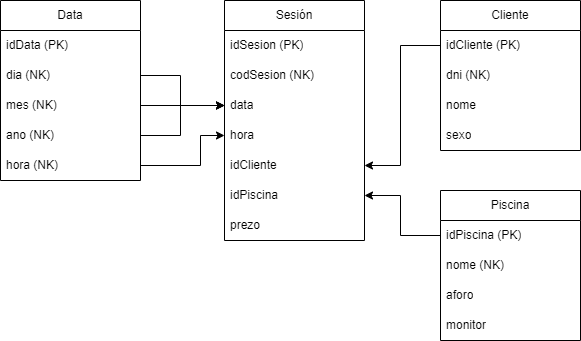
Earlier version of the draw.io export BasesDatos/datamart.png (ikergcalvino/ETL). Source tidied: cells renumbered, new cells last; positions are measured from the earlier drawing's top-left corner, leaving out a move shared by most shapes. Source of this version:
```xml
<mxGraphModel>
  <root>
    <mxCell id="0" />
    <mxCell id="1" parent="0" />
    <mxCell id="2" value="Sesión" style="swimlane;fontStyle=0;horizontal=1;startSize=30;whiteSpace=wrap;html=1;" parent="1" vertex="1">
      <mxGeometry x="224" width="140" height="240" as="geometry" />
    </mxCell>
    <mxCell id="3" value="idSesion (PK)" style="text;strokeColor=none;fillColor=none;align=left;verticalAlign=middle;spacingLeft=4;spacingRight=4;overflow=hidden;whiteSpace=wrap;html=1;" parent="2" vertex="1">
      <mxGeometry y="30" width="140" height="30" as="geometry" />
    </mxCell>
    <mxCell id="4" value="codSesion (NK)" style="text;strokeColor=none;fillColor=none;align=left;verticalAlign=middle;spacingLeft=4;spacingRight=4;overflow=hidden;whiteSpace=wrap;html=1;" parent="2" vertex="1">
      <mxGeometry y="60" width="140" height="30" as="geometry" />
    </mxCell>
    <mxCell id="5" value="data" style="text;strokeColor=none;fillColor=none;align=left;verticalAlign=middle;spacingLeft=4;spacingRight=4;overflow=hidden;points=[[0,0.5],[1,0.5]];portConstraint=eastwest;whiteSpace=wrap;html=1;" parent="2" vertex="1">
      <mxGeometry y="90" width="140" height="30" as="geometry" />
    </mxCell>
    <mxCell id="6" value="hora" style="text;strokeColor=none;fillColor=none;align=left;verticalAlign=middle;spacingLeft=4;spacingRight=4;overflow=hidden;points=[[0,0.5],[1,0.5]];portConstraint=eastwest;whiteSpace=wrap;html=1;" parent="2" vertex="1">
      <mxGeometry y="120" width="140" height="30" as="geometry" />
    </mxCell>
    <mxCell id="7" value="idCliente" style="text;strokeColor=none;fillColor=none;align=left;verticalAlign=middle;spacingLeft=4;spacingRight=4;overflow=hidden;points=[[0,0.5],[1,0.5]];portConstraint=eastwest;whiteSpace=wrap;html=1;" parent="2" vertex="1">
      <mxGeometry y="150" width="140" height="30" as="geometry" />
    </mxCell>
    <mxCell id="8" value="idPiscina" style="text;strokeColor=none;fillColor=none;align=left;verticalAlign=middle;spacingLeft=4;spacingRight=4;overflow=hidden;points=[[0,0.5],[1,0.5]];portConstraint=eastwest;whiteSpace=wrap;html=1;" parent="2" vertex="1">
      <mxGeometry y="180" width="140" height="30" as="geometry" />
    </mxCell>
    <mxCell id="9" value="prezo" style="text;strokeColor=none;fillColor=none;align=left;verticalAlign=middle;spacingLeft=4;spacingRight=4;overflow=hidden;whiteSpace=wrap;html=1;" parent="2" vertex="1">
      <mxGeometry y="210" width="140" height="30" as="geometry" />
    </mxCell>
    <mxCell id="10" value="Cliente" style="swimlane;fontStyle=0;horizontal=1;startSize=30;whiteSpace=wrap;html=1;" parent="1" vertex="1">
      <mxGeometry x="440" width="140" height="150" as="geometry" />
    </mxCell>
    <mxCell id="11" value="idCliente&amp;nbsp;(PK)" style="text;strokeColor=none;fillColor=none;align=left;verticalAlign=middle;spacingLeft=4;spacingRight=4;overflow=hidden;points=[[0,0.5],[1,0.5]];portConstraint=eastwest;whiteSpace=wrap;html=1;" parent="10" vertex="1">
      <mxGeometry y="30" width="140" height="30" as="geometry" />
    </mxCell>
    <mxCell id="12" value="dni (NK)" style="text;strokeColor=none;fillColor=none;align=left;verticalAlign=middle;spacingLeft=4;spacingRight=4;overflow=hidden;whiteSpace=wrap;html=1;" parent="10" vertex="1">
      <mxGeometry y="60" width="140" height="30" as="geometry" />
    </mxCell>
    <mxCell id="13" value="nome" style="text;strokeColor=none;fillColor=none;align=left;verticalAlign=middle;spacingLeft=4;spacingRight=4;overflow=hidden;whiteSpace=wrap;html=1;" parent="10" vertex="1">
      <mxGeometry y="90" width="140" height="30" as="geometry" />
    </mxCell>
    <mxCell id="14" value="sexo" style="text;strokeColor=none;fillColor=none;align=left;verticalAlign=middle;spacingLeft=4;spacingRight=4;overflow=hidden;whiteSpace=wrap;html=1;" parent="10" vertex="1">
      <mxGeometry y="120" width="140" height="30" as="geometry" />
    </mxCell>
    <mxCell id="15" value="Piscina" style="swimlane;fontStyle=0;horizontal=1;startSize=30;whiteSpace=wrap;html=1;" parent="1" vertex="1">
      <mxGeometry x="440" y="190" width="140" height="150" as="geometry" />
    </mxCell>
    <mxCell id="16" value="idPiscina&amp;nbsp;(PK)" style="text;strokeColor=none;fillColor=none;align=left;verticalAlign=middle;spacingLeft=4;spacingRight=4;overflow=hidden;points=[[0,0.5],[1,0.5]];portConstraint=eastwest;whiteSpace=wrap;html=1;" parent="15" vertex="1">
      <mxGeometry y="30" width="140" height="30" as="geometry" />
    </mxCell>
    <mxCell id="17" value="nome (NK)" style="text;strokeColor=none;fillColor=none;align=left;verticalAlign=middle;spacingLeft=4;spacingRight=4;overflow=hidden;whiteSpace=wrap;html=1;" parent="15" vertex="1">
      <mxGeometry y="60" width="140" height="30" as="geometry" />
    </mxCell>
    <mxCell id="18" value="aforo" style="text;strokeColor=none;fillColor=none;align=left;verticalAlign=middle;spacingLeft=4;spacingRight=4;overflow=hidden;whiteSpace=wrap;html=1;" parent="15" vertex="1">
      <mxGeometry y="90" width="140" height="30" as="geometry" />
    </mxCell>
    <mxCell id="19" value="monitor" style="text;strokeColor=none;fillColor=none;align=left;verticalAlign=middle;spacingLeft=4;spacingRight=4;overflow=hidden;whiteSpace=wrap;html=1;" parent="15" vertex="1">
      <mxGeometry y="120" width="140" height="30" as="geometry" />
    </mxCell>
    <mxCell id="20" value="Data" style="swimlane;fontStyle=0;horizontal=1;startSize=30;whiteSpace=wrap;html=1;" parent="1" vertex="1">
      <mxGeometry width="140" height="180" as="geometry" />
    </mxCell>
    <mxCell id="21" value="idData&amp;nbsp;(PK)" style="text;strokeColor=none;fillColor=none;align=left;verticalAlign=middle;spacingLeft=4;spacingRight=4;overflow=hidden;whiteSpace=wrap;html=1;" parent="20" vertex="1">
      <mxGeometry y="30" width="140" height="30" as="geometry" />
    </mxCell>
    <mxCell id="22" value="dia (NK)" style="text;strokeColor=none;fillColor=none;align=left;verticalAlign=middle;spacingLeft=4;spacingRight=4;overflow=hidden;points=[[0,0.5],[1,0.5]];portConstraint=eastwest;whiteSpace=wrap;html=1;" parent="20" vertex="1">
      <mxGeometry y="60" width="140" height="30" as="geometry" />
    </mxCell>
    <mxCell id="23" value="mes&amp;nbsp;(NK)" style="text;strokeColor=none;fillColor=none;align=left;verticalAlign=middle;spacingLeft=4;spacingRight=4;overflow=hidden;points=[[0,0.5],[1,0.5]];portConstraint=eastwest;whiteSpace=wrap;html=1;" parent="20" vertex="1">
      <mxGeometry y="90" width="140" height="30" as="geometry" />
    </mxCell>
    <mxCell id="24" value="ano&amp;nbsp;(NK)" style="text;strokeColor=none;fillColor=none;align=left;verticalAlign=middle;spacingLeft=4;spacingRight=4;overflow=hidden;points=[[0,0.5],[1,0.5]];portConstraint=eastwest;whiteSpace=wrap;html=1;" parent="20" vertex="1">
      <mxGeometry y="120" width="140" height="30" as="geometry" />
    </mxCell>
    <mxCell id="25" value="hora&amp;nbsp;(NK)" style="text;strokeColor=none;fillColor=none;align=left;verticalAlign=middle;spacingLeft=4;spacingRight=4;overflow=hidden;points=[[0,0.5],[1,0.5]];portConstraint=eastwest;whiteSpace=wrap;html=1;" parent="20" vertex="1">
      <mxGeometry y="150" width="140" height="30" as="geometry" />
    </mxCell>
    <mxCell id="26" style="edgeStyle=orthogonalEdgeStyle;rounded=0;jettySize=auto;html=1;exitX=1;exitY=0.5;exitDx=0;exitDy=0;entryX=0;entryY=0.5;entryDx=0;entryDy=0;" parent="1" edge="1" source="22" target="5">
      <mxGeometry relative="1" as="geometry">
        <Array as="points">
          <mxPoint x="180" y="75" />
          <mxPoint x="180" y="105" />
        </Array>
      </mxGeometry>
    </mxCell>
    <mxCell id="27" style="edgeStyle=orthogonalEdgeStyle;rounded=0;jettySize=auto;html=1;exitX=1;exitY=0.5;exitDx=0;exitDy=0;entryX=0;entryY=0.5;entryDx=0;entryDy=0;" parent="1" edge="1" source="23" target="5">
      <mxGeometry relative="1" as="geometry" />
    </mxCell>
    <mxCell id="28" style="edgeStyle=orthogonalEdgeStyle;rounded=0;jettySize=auto;html=1;exitX=1;exitY=0.5;exitDx=0;exitDy=0;entryX=0;entryY=0.5;entryDx=0;entryDy=0;" parent="1" edge="1" source="24" target="5">
      <mxGeometry relative="1" as="geometry">
        <Array as="points">
          <mxPoint x="180" y="135" />
          <mxPoint x="180" y="105" />
        </Array>
      </mxGeometry>
    </mxCell>
    <mxCell id="29" style="edgeStyle=orthogonalEdgeStyle;rounded=0;jettySize=auto;html=1;exitX=1;exitY=0.5;exitDx=0;exitDy=0;entryX=0;entryY=0.5;entryDx=0;entryDy=0;" parent="1" edge="1" source="25" target="6">
      <mxGeometry relative="1" as="geometry">
        <Array as="points">
          <mxPoint x="200" y="165" />
          <mxPoint x="200" y="135" />
        </Array>
      </mxGeometry>
    </mxCell>
    <mxCell id="30" style="edgeStyle=orthogonalEdgeStyle;rounded=0;jettySize=auto;html=1;exitX=0;exitY=0.5;exitDx=0;exitDy=0;entryX=1;entryY=0.5;entryDx=0;entryDy=0;" parent="1" edge="1" source="16" target="8">
      <mxGeometry relative="1" as="geometry">
        <Array as="points">
          <mxPoint x="400" y="235" />
          <mxPoint x="400" y="195" />
        </Array>
      </mxGeometry>
    </mxCell>
    <mxCell id="31" style="edgeStyle=orthogonalEdgeStyle;rounded=0;jettySize=auto;html=1;exitX=0;exitY=0.5;exitDx=0;exitDy=0;entryX=1;entryY=0.5;entryDx=0;entryDy=0;" parent="1" edge="1" source="11" target="7">
      <mxGeometry relative="1" as="geometry">
        <Array as="points">
          <mxPoint x="400" y="45" />
          <mxPoint x="400" y="165" />
        </Array>
      </mxGeometry>
    </mxCell>
  </root>
</mxGraphModel>
```
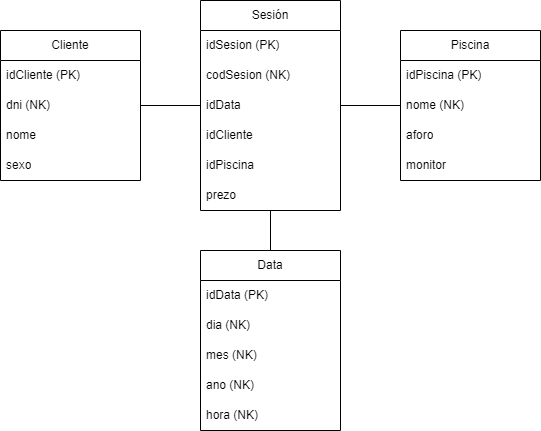
The same diagram one commit later.

Diff of the diagram source:
```diff
@@ -3,7 +3,7 @@
     <mxCell id="0" />
     <mxCell id="1" parent="0" />
     <mxCell id="2" value="Sesión" style="swimlane;fontStyle=0;horizontal=1;startSize=30;whiteSpace=wrap;html=1;" parent="1" vertex="1">
-      <mxGeometry x="224" width="140" height="240" as="geometry" />
+      <mxGeometry x="180" width="140" height="210" as="geometry" />
     </mxCell>
     <mxCell id="3" value="idSesion (PK)" style="text;strokeColor=none;fillColor=none;align=left;verticalAlign=middle;spacingLeft=4;spacingRight=4;overflow=hidden;whiteSpace=wrap;html=1;" parent="2" vertex="1">
       <mxGeometry y="30" width="140" height="30" as="geometry" />
@@ -11,23 +11,20 @@
     <mxCell id="4" value="codSesion (NK)" style="text;strokeColor=none;fillColor=none;align=left;verticalAlign=middle;spacingLeft=4;spacingRight=4;overflow=hidden;whiteSpace=wrap;html=1;" parent="2" vertex="1">
       <mxGeometry y="60" width="140" height="30" as="geometry" />
     </mxCell>
-    <mxCell id="5" value="data" style="text;strokeColor=none;fillColor=none;align=left;verticalAlign=middle;spacingLeft=4;spacingRight=4;overflow=hidden;points=[[0,0.5],[1,0.5]];portConstraint=eastwest;whiteSpace=wrap;html=1;" parent="2" vertex="1">
+    <mxCell id="5" value="idData&amp;nbsp;" style="text;strokeColor=none;fillColor=none;align=left;verticalAlign=middle;spacingLeft=4;spacingRight=4;overflow=hidden;points=[[0,0.5],[1,0.5]];portConstraint=eastwest;whiteSpace=wrap;html=1;" parent="2" vertex="1">
       <mxGeometry y="90" width="140" height="30" as="geometry" />
     </mxCell>
-    <mxCell id="6" value="hora" style="text;strokeColor=none;fillColor=none;align=left;verticalAlign=middle;spacingLeft=4;spacingRight=4;overflow=hidden;points=[[0,0.5],[1,0.5]];portConstraint=eastwest;whiteSpace=wrap;html=1;" parent="2" vertex="1">
-      <mxGeometry y="120" width="140" height="30" as="geometry" />
-    </mxCell>
     <mxCell id="7" value="idCliente" style="text;strokeColor=none;fillColor=none;align=left;verticalAlign=middle;spacingLeft=4;spacingRight=4;overflow=hidden;points=[[0,0.5],[1,0.5]];portConstraint=eastwest;whiteSpace=wrap;html=1;" parent="2" vertex="1">
-      <mxGeometry y="150" width="140" height="30" as="geometry" />
+      <mxGeometry y="120" width="140" height="30" as="geometry" />
     </mxCell>
     <mxCell id="8" value="idPiscina" style="text;strokeColor=none;fillColor=none;align=left;verticalAlign=middle;spacingLeft=4;spacingRight=4;overflow=hidden;points=[[0,0.5],[1,0.5]];portConstraint=eastwest;whiteSpace=wrap;html=1;" parent="2" vertex="1">
-      <mxGeometry y="180" width="140" height="30" as="geometry" />
+      <mxGeometry y="150" width="140" height="30" as="geometry" />
     </mxCell>
     <mxCell id="9" value="prezo" style="text;strokeColor=none;fillColor=none;align=left;verticalAlign=middle;spacingLeft=4;spacingRight=4;overflow=hidden;whiteSpace=wrap;html=1;" parent="2" vertex="1">
-      <mxGeometry y="210" width="140" height="30" as="geometry" />
+      <mxGeometry y="180" width="140" height="30" as="geometry" />
     </mxCell>
     <mxCell id="10" value="Cliente" style="swimlane;fontStyle=0;horizontal=1;startSize=30;whiteSpace=wrap;html=1;" parent="1" vertex="1">
-      <mxGeometry x="440" width="140" height="150" as="geometry" />
+      <mxGeometry x="-20" y="30" width="140" height="150" as="geometry" />
     </mxCell>
     <mxCell id="11" value="idCliente&amp;nbsp;(PK)" style="text;strokeColor=none;fillColor=none;align=left;verticalAlign=middle;spacingLeft=4;spacingRight=4;overflow=hidden;points=[[0,0.5],[1,0.5]];portConstraint=eastwest;whiteSpace=wrap;html=1;" parent="10" vertex="1">
       <mxGeometry y="30" width="140" height="30" as="geometry" />
@@ -42,7 +39,7 @@
       <mxGeometry y="120" width="140" height="30" as="geometry" />
     </mxCell>
     <mxCell id="15" value="Piscina" style="swimlane;fontStyle=0;horizontal=1;startSize=30;whiteSpace=wrap;html=1;" parent="1" vertex="1">
-      <mxGeometry x="440" y="190" width="140" height="150" as="geometry" />
+      <mxGeometry x="380" y="30" width="140" height="150" as="geometry" />
     </mxCell>
     <mxCell id="16" value="idPiscina&amp;nbsp;(PK)" style="text;strokeColor=none;fillColor=none;align=left;verticalAlign=middle;spacingLeft=4;spacingRight=4;overflow=hidden;points=[[0,0.5],[1,0.5]];portConstraint=eastwest;whiteSpace=wrap;html=1;" parent="15" vertex="1">
       <mxGeometry y="30" width="140" height="30" as="geometry" />
@@ -57,7 +54,7 @@
       <mxGeometry y="120" width="140" height="30" as="geometry" />
     </mxCell>
     <mxCell id="20" value="Data" style="swimlane;fontStyle=0;horizontal=1;startSize=30;whiteSpace=wrap;html=1;" parent="1" vertex="1">
-      <mxGeometry width="140" height="180" as="geometry" />
+      <mxGeometry x="180" y="250" width="140" height="180" as="geometry" />
     </mxCell>
     <mxCell id="21" value="idData&amp;nbsp;(PK)" style="text;strokeColor=none;fillColor=none;align=left;verticalAlign=middle;spacingLeft=4;spacingRight=4;overflow=hidden;whiteSpace=wrap;html=1;" parent="20" vertex="1">
       <mxGeometry y="30" width="140" height="30" as="geometry" />
@@ -74,48 +71,14 @@
     <mxCell id="25" value="hora&amp;nbsp;(NK)" style="text;strokeColor=none;fillColor=none;align=left;verticalAlign=middle;spacingLeft=4;spacingRight=4;overflow=hidden;points=[[0,0.5],[1,0.5]];portConstraint=eastwest;whiteSpace=wrap;html=1;" parent="20" vertex="1">
       <mxGeometry y="150" width="140" height="30" as="geometry" />
     </mxCell>
-    <mxCell id="26" style="edgeStyle=orthogonalEdgeStyle;rounded=0;jettySize=auto;html=1;exitX=1;exitY=0.5;exitDx=0;exitDy=0;entryX=0;entryY=0.5;entryDx=0;entryDy=0;" parent="1" edge="1" source="22" target="5">
-      <mxGeometry relative="1" as="geometry">
-        <Array as="points">
-          <mxPoint x="180" y="75" />
-          <mxPoint x="180" y="105" />
-        </Array>
-      </mxGeometry>
-    </mxCell>
-    <mxCell id="27" style="edgeStyle=orthogonalEdgeStyle;rounded=0;jettySize=auto;html=1;exitX=1;exitY=0.5;exitDx=0;exitDy=0;entryX=0;entryY=0.5;entryDx=0;entryDy=0;" parent="1" edge="1" source="23" target="5">
-      <mxGeometry relative="1" as="geometry" />
-    </mxCell>
-    <mxCell id="28" style="edgeStyle=orthogonalEdgeStyle;rounded=0;jettySize=auto;html=1;exitX=1;exitY=0.5;exitDx=0;exitDy=0;entryX=0;entryY=0.5;entryDx=0;entryDy=0;" parent="1" edge="1" source="24" target="5">
-      <mxGeometry relative="1" as="geometry">
-        <Array as="points">
-          <mxPoint x="180" y="135" />
-          <mxPoint x="180" y="105" />
-        </Array>
-      </mxGeometry>
-    </mxCell>
-    <mxCell id="29" style="edgeStyle=orthogonalEdgeStyle;rounded=0;jettySize=auto;html=1;exitX=1;exitY=0.5;exitDx=0;exitDy=0;entryX=0;entryY=0.5;entryDx=0;entryDy=0;" parent="1" edge="1" source="25" target="6">
-      <mxGeometry relative="1" as="geometry">
-        <Array as="points">
-          <mxPoint x="200" y="165" />
-          <mxPoint x="200" y="135" />
-        </Array>
-      </mxGeometry>
-    </mxCell>
-    <mxCell id="30" style="edgeStyle=orthogonalEdgeStyle;rounded=0;jettySize=auto;html=1;exitX=0;exitY=0.5;exitDx=0;exitDy=0;entryX=1;entryY=0.5;entryDx=0;entryDy=0;" parent="1" edge="1" source="16" target="8">
-      <mxGeometry relative="1" as="geometry">
-        <Array as="points">
-          <mxPoint x="400" y="235" />
-          <mxPoint x="400" y="195" />
-        </Array>
-      </mxGeometry>
-    </mxCell>
-    <mxCell id="31" style="edgeStyle=orthogonalEdgeStyle;rounded=0;jettySize=auto;html=1;exitX=0;exitY=0.5;exitDx=0;exitDy=0;entryX=1;entryY=0.5;entryDx=0;entryDy=0;" parent="1" edge="1" source="11" target="7">
-      <mxGeometry relative="1" as="geometry">
-        <Array as="points">
-          <mxPoint x="400" y="45" />
-          <mxPoint x="400" y="165" />
-        </Array>
-      </mxGeometry>
-    </mxCell>
+    <mxCell id="32" style="endArrow=none;html=1;rounded=0;" parent="1" edge="1" source="10" target="2">
+      <mxGeometry relative="1" as="geometry" />
+    </mxCell>
+    <mxCell id="33" style="endArrow=none;html=1;rounded=0;" parent="1" edge="1" source="15" target="2">
+      <mxGeometry relative="1" as="geometry" />
+    </mxCell>
+    <mxCell id="34" style="endArrow=none;html=1;rounded=0;" parent="1" edge="1" source="20" target="2">
+      <mxGeometry relative="1" as="geometry" />
+    </mxCell>
   </root>
 </mxGraphModel>
```
